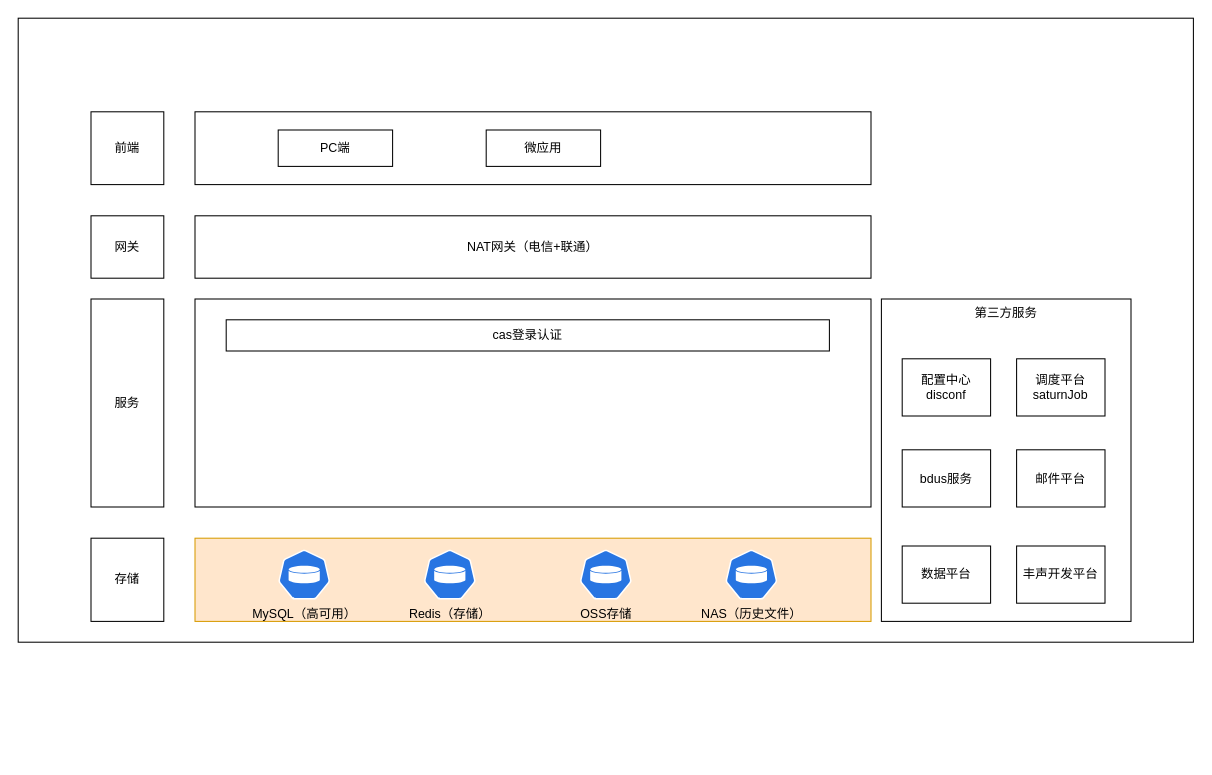
didideng/diagram keeps this draw.io diagram as 未命名绘图.drawio. Above is the earlier version. Source tidied: cells renumbered, new cells numbered last; positions are measured from the earlier drawing's top-left corner, leaving out a move shared by most shapes. Both pictures are drawn from the tidied source at 104%, with x=0, y=0 at pixel (18, 18).
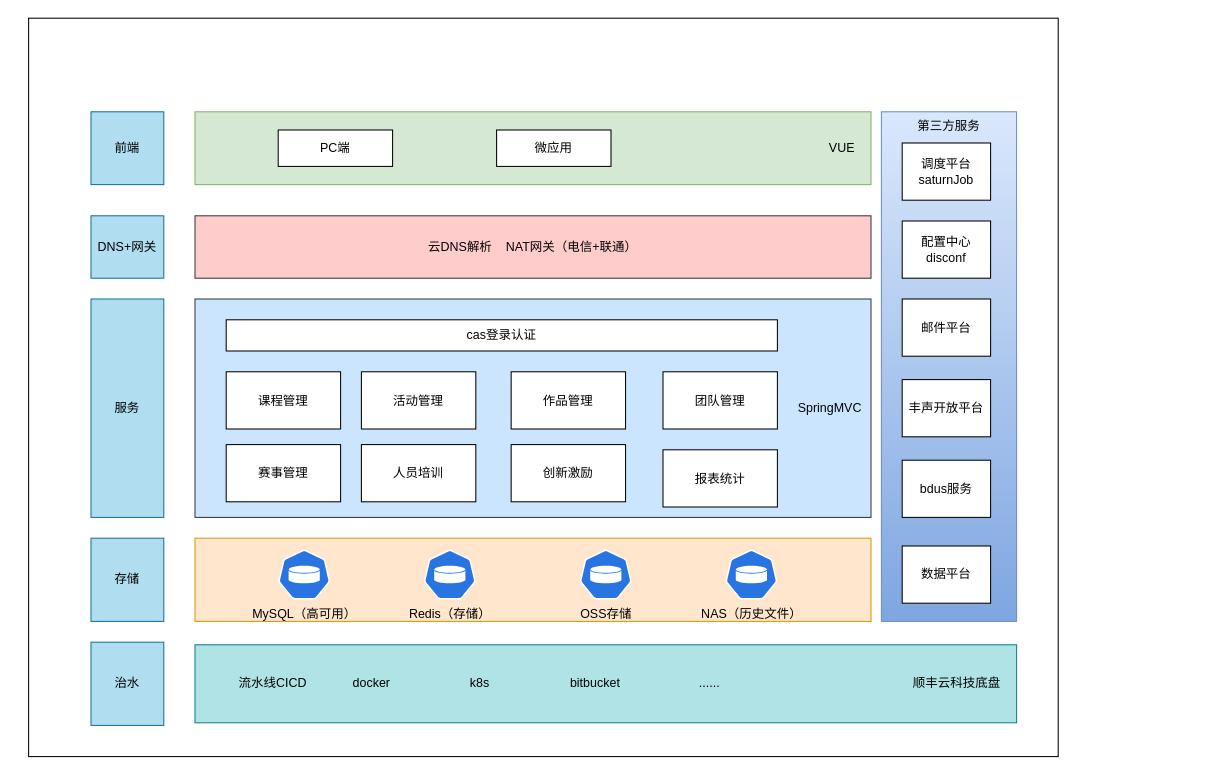
After the change.

Diff of the diagram source:
```diff
@@
     <mxCell id="2" style="rounded=0;whiteSpace=wrap;html=1;" parent="1" vertex="1">
-      <mxGeometry width="1130" height="600" as="geometry" />
+      <mxGeometry x="10" width="990" height="710" as="geometry" />
     </mxCell>
@@
-    <mxCell id="4" style="rounded=0;whiteSpace=wrap;html=1;" parent="1" vertex="1">
-      <mxGeometry x="170" y="270" width="650" height="200" as="geometry" />
+    <mxCell id="4" value="SpringMVC&amp;nbsp;&amp;nbsp;" style="rounded=0;whiteSpace=wrap;html=1;align=right;fillColor=#cce5ff;strokeColor=#36393d;" parent="1" vertex="1">
+      <mxGeometry x="170" y="270" width="650" height="210" as="geometry" />
     </mxCell>
-    <mxCell id="5" value="存储" style="rounded=0;whiteSpace=wrap;html=1;" parent="1" vertex="1">
+    <mxCell id="5" value="存储" style="rounded=0;whiteSpace=wrap;html=1;fillColor=#b1ddf0;strokeColor=#10739e;" parent="1" vertex="1">
       <mxGeometry x="70" y="500" width="70" height="80" as="geometry" />
     </mxCell>
@@
-    <mxCell id="8" value="服务" style="rounded=0;whiteSpace=wrap;html=1;" parent="1" vertex="1">
-      <mxGeometry x="70" y="270" width="70" height="200" as="geometry" />
+    <mxCell id="8" value="服务" style="rounded=0;whiteSpace=wrap;html=1;fillColor=#b1ddf0;strokeColor=#10739e;" parent="1" vertex="1">
+      <mxGeometry x="70" y="270" width="70" height="210" as="geometry" />
     </mxCell>
     <mxCell id="9" value="cas登录认证" style="rounded=0;whiteSpace=wrap;html=1;" parent="1" vertex="1">
-      <mxGeometry x="200" y="290" width="580" height="30" as="geometry" />
+      <mxGeometry x="200" y="290" width="530" height="30" as="geometry" />
     </mxCell>
@@
-    <mxCell id="12" value="第三方服务" style="rounded=0;whiteSpace=wrap;html=1;verticalAlign=top;" parent="1" vertex="1">
-      <mxGeometry x="830" y="270" width="240" height="310" as="geometry" />
+    <mxCell id="12" value="第三方服务" style="rounded=0;whiteSpace=wrap;html=1;verticalAlign=top;fillColor=#dae8fc;gradientColor=#7ea6e0;strokeColor=#6c8ebf;" parent="1" vertex="1">
+      <mxGeometry x="830" y="90" width="130" height="490" as="geometry" />
     </mxCell>
@@
-    <mxCell id="14" value="丰声开发平台" style="rounded=0;whiteSpace=wrap;html=1;" parent="1" vertex="1">
-      <mxGeometry x="960" y="507.5" width="85" height="55" as="geometry" />
+    <mxCell id="14" value="丰声开放平台" style="rounded=0;whiteSpace=wrap;html=1;" parent="1" vertex="1">
+      <mxGeometry x="850" y="347.5" width="85" height="55" as="geometry" />
     </mxCell>
     <mxCell id="15" value="bdus服务" style="rounded=0;whiteSpace=wrap;html=1;" parent="1" vertex="1">
-      <mxGeometry x="850" y="415" width="85" height="55" as="geometry" />
+      <mxGeometry x="850" y="425" width="85" height="55" as="geometry" />
     </mxCell>
     <mxCell id="16" value="邮件平台" style="rounded=0;whiteSpace=wrap;html=1;" parent="1" vertex="1">
-      <mxGeometry x="960" y="415" width="85" height="55" as="geometry" />
+      <mxGeometry x="850" y="270" width="85" height="55" as="geometry" />
     </mxCell>
     <mxCell id="17" value="配置中心disconf" style="rounded=0;whiteSpace=wrap;html=1;" parent="1" vertex="1">
-      <mxGeometry x="850" y="327.5" width="85" height="55" as="geometry" />
+      <mxGeometry x="850" y="195" width="85" height="55" as="geometry" />
     </mxCell>
     <mxCell id="18" value="调度平台saturnJob" style="rounded=0;whiteSpace=wrap;html=1;" parent="1" vertex="1">
-      <mxGeometry x="960" y="327.5" width="85" height="55" as="geometry" />
+      <mxGeometry x="850" y="120" width="85" height="55" as="geometry" />
     </mxCell>
-    <mxCell id="19" value="NAT网关（电信+联通）" style="rounded=0;whiteSpace=wrap;html=1;verticalAlign=middle;" parent="1" vertex="1">
+    <mxCell id="19" value="云DNS解析&amp;nbsp; &amp;nbsp; NAT网关（电信+联通）" style="rounded=0;whiteSpace=wrap;html=1;verticalAlign=middle;fillColor=#ffcccc;strokeColor=#36393d;" parent="1" vertex="1">
       <mxGeometry x="170" y="190" width="650" height="60" as="geometry" />
     </mxCell>
-    <mxCell id="20" value="网关" style="rounded=0;whiteSpace=wrap;html=1;" parent="1" vertex="1">
+    <mxCell id="20" value="DNS+网关" style="rounded=0;whiteSpace=wrap;html=1;fillColor=#b1ddf0;strokeColor=#10739e;" parent="1" vertex="1">
       <mxGeometry x="70" y="190" width="70" height="60" as="geometry" />
     </mxCell>
-    <mxCell id="21" style="rounded=0;whiteSpace=wrap;html=1;" parent="1" vertex="1">
+    <mxCell id="21" value="VUE&amp;nbsp; &amp;nbsp;&amp;nbsp;" style="rounded=0;whiteSpace=wrap;html=1;align=right;fillColor=#d5e8d4;strokeColor=#82b366;" parent="1" vertex="1">
       <mxGeometry x="170" y="90" width="650" height="70" as="geometry" />
     </mxCell>
-    <mxCell id="22" value="前端" style="rounded=0;whiteSpace=wrap;html=1;" parent="1" vertex="1">
+    <mxCell id="22" value="前端" style="rounded=0;whiteSpace=wrap;html=1;fillColor=#b1ddf0;strokeColor=#10739e;" parent="1" vertex="1">
       <mxGeometry x="70" y="90" width="70" height="70" as="geometry" />
     </mxCell>
@@
     <mxCell id="24" value="微应用" style="rounded=0;whiteSpace=wrap;html=1;" parent="1" vertex="1">
-      <mxGeometry x="450" y="107.5" width="110" height="35" as="geometry" />
+      <mxGeometry x="460" y="107.5" width="110" height="35" as="geometry" />
     </mxCell>
+    <mxCell id="25" value="课程管理" style="rounded=0;whiteSpace=wrap;html=1;" parent="1" vertex="1">
+      <mxGeometry x="200" y="340" width="110" height="55" as="geometry" />
+    </mxCell>
+    <mxCell id="26" value="活动管理" style="rounded=0;whiteSpace=wrap;html=1;" parent="1" vertex="1">
+      <mxGeometry x="330" y="340" width="110" height="55" as="geometry" />
+    </mxCell>
+    <mxCell id="27" value="作品管理" style="rounded=0;whiteSpace=wrap;html=1;" parent="1" vertex="1">
+      <mxGeometry x="474" y="340" width="110" height="55" as="geometry" />
+    </mxCell>
+    <mxCell id="28" value="团队管理" style="rounded=0;whiteSpace=wrap;html=1;" parent="1" vertex="1">
+      <mxGeometry x="620" y="340" width="110" height="55" as="geometry" />
+    </mxCell>
+    <mxCell id="29" value="赛事管理" style="rounded=0;whiteSpace=wrap;html=1;" parent="1" vertex="1">
+      <mxGeometry x="200" y="410" width="110" height="55" as="geometry" />
+    </mxCell>
+    <mxCell id="30" value="报表统计" style="rounded=0;whiteSpace=wrap;html=1;" parent="1" vertex="1">
+      <mxGeometry x="620" y="415" width="110" height="55" as="geometry" />
+    </mxCell>
+    <mxCell id="31" value="人员培训" style="rounded=0;whiteSpace=wrap;html=1;" parent="1" vertex="1">
+      <mxGeometry x="330" y="410" width="110" height="55" as="geometry" />
+    </mxCell>
+    <mxCell id="32" value="创新激励" style="rounded=0;whiteSpace=wrap;html=1;" parent="1" vertex="1">
+      <mxGeometry x="474" y="410" width="110" height="55" as="geometry" />
+    </mxCell>
+    <mxCell id="33" value="顺丰云科技底盘&amp;nbsp; &amp;nbsp;&amp;nbsp;" style="rounded=0;whiteSpace=wrap;html=1;align=right;fillColor=#b0e3e6;strokeColor=#0e8088;" parent="1" vertex="1">
+      <mxGeometry x="170" y="602.5" width="790" height="75" as="geometry" />
+    </mxCell>
+    <mxCell id="34" value="治水" style="rounded=0;whiteSpace=wrap;html=1;fillColor=#b1ddf0;strokeColor=#10739e;" parent="1" vertex="1">
+      <mxGeometry x="70" y="600" width="70" height="80" as="geometry" />
+    </mxCell>
+    <mxCell id="35" value="docker" style="text;strokeColor=none;align=center;fillColor=none;html=1;verticalAlign=middle;whiteSpace=wrap;rounded=0;" parent="1" vertex="1">
+      <mxGeometry x="310" y="625" width="60" height="30" as="geometry" />
+    </mxCell>
+    <mxCell id="36" value="k8s" style="text;strokeColor=none;align=center;fillColor=none;html=1;verticalAlign=middle;whiteSpace=wrap;rounded=0;" parent="1" vertex="1">
+      <mxGeometry x="414" y="625" width="60" height="30" as="geometry" />
+    </mxCell>
+    <mxCell id="37" value="流水线CICD" style="text;strokeColor=none;align=center;fillColor=none;html=1;verticalAlign=middle;whiteSpace=wrap;rounded=0;" parent="1" vertex="1">
+      <mxGeometry x="200" y="625" width="90" height="30" as="geometry" />
+    </mxCell>
+    <mxCell id="38" value="bitbucket" style="text;strokeColor=none;align=center;fillColor=none;html=1;verticalAlign=middle;whiteSpace=wrap;rounded=0;" parent="1" vertex="1">
+      <mxGeometry x="510" y="625" width="90" height="30" as="geometry" />
+    </mxCell>
+    <mxCell id="39" value="......" style="text;strokeColor=none;align=center;fillColor=none;html=1;verticalAlign=middle;whiteSpace=wrap;rounded=0;" parent="1" vertex="1">
+      <mxGeometry x="620" y="625" width="90" height="30" as="geometry" />
+    </mxCell>
```
